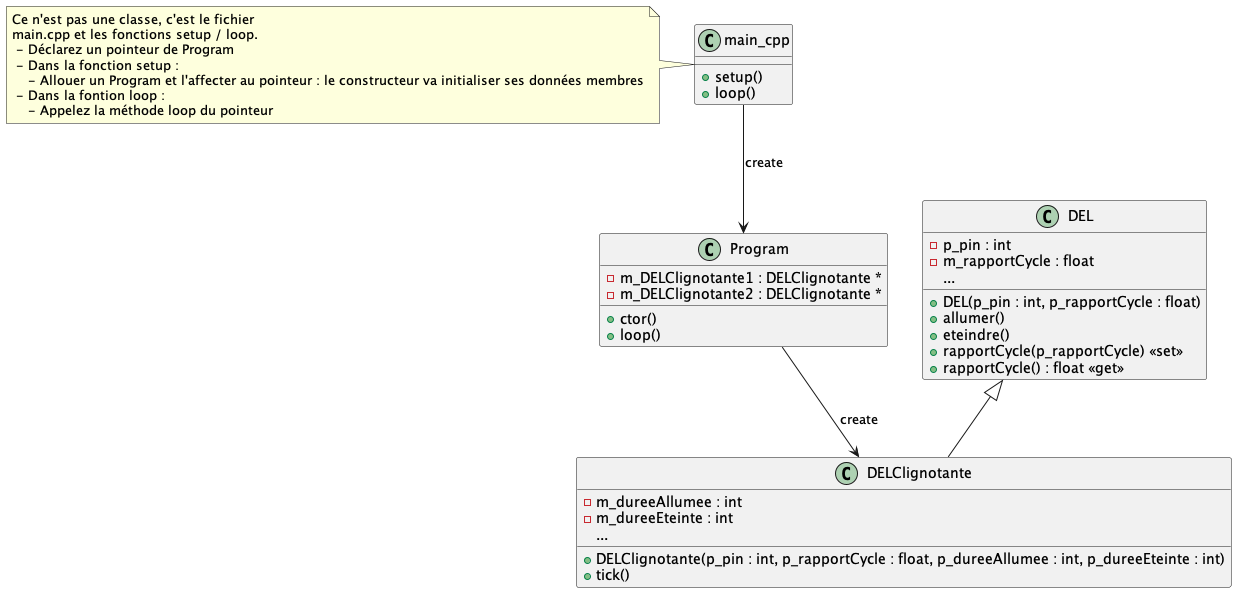
This is images/Module04_ProgrammationSorties/diag/DELClignotante/DELClignotante_diagclasses.png from PiFou86/420-W48-SF, a PlantUML export, as it was before one commit.
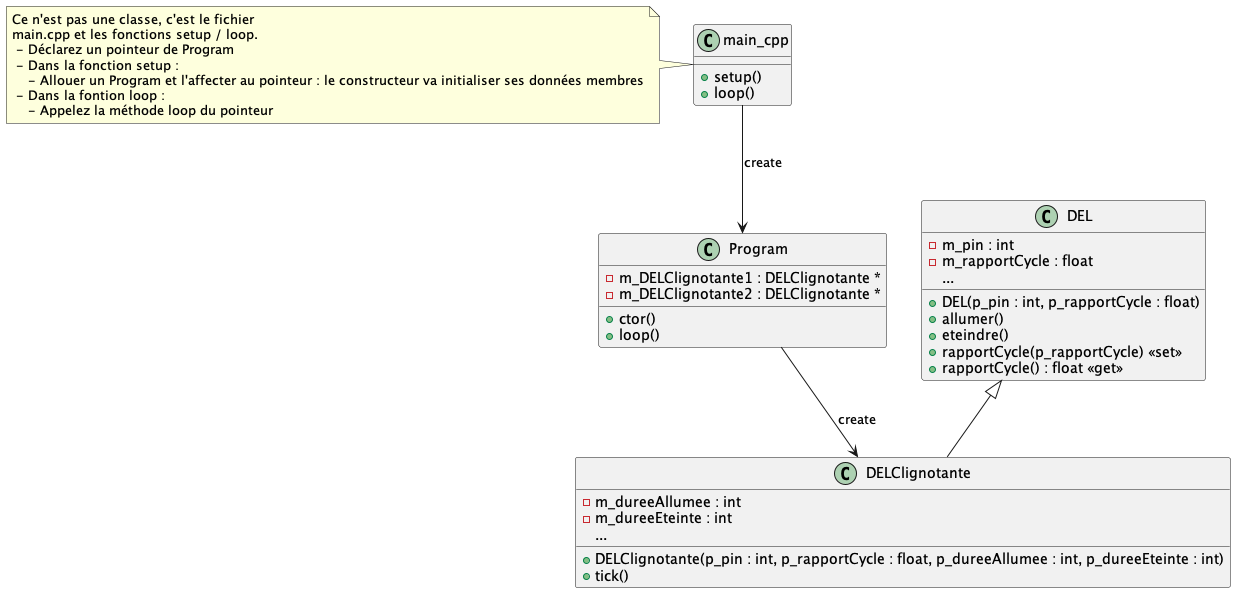
The same diagram one commit later.

Commit message:
Correction nom attribut

What changed in the source:
```diff
@@ -23,7 +23,7 @@
 }
 
 class DEL {
-    - p_pin : int
+    - m_pin : int
     - m_rapportCycle : float
     ...
     + DEL(p_pin : int, p_rapportCycle : float)
```
